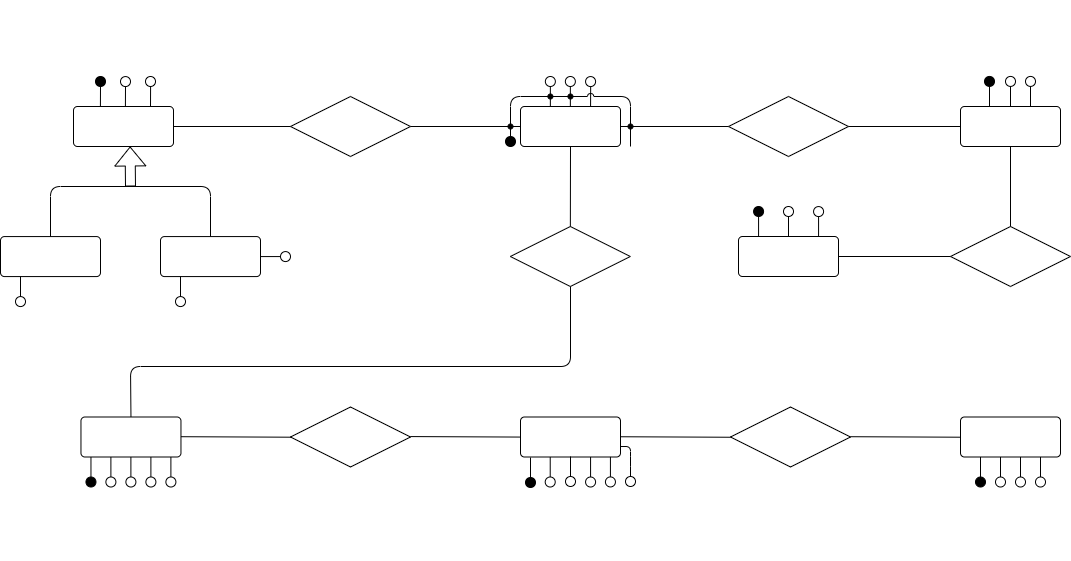
This is Conceptual_model.drawio.png from Dani-Picciau/OwlBreak, a draw.io export, as it was before one commit. Source tidied: cells renumbered, new cells last; positions are measured from the earlier drawing's top-left corner, leaving out a move shared by most shapes.
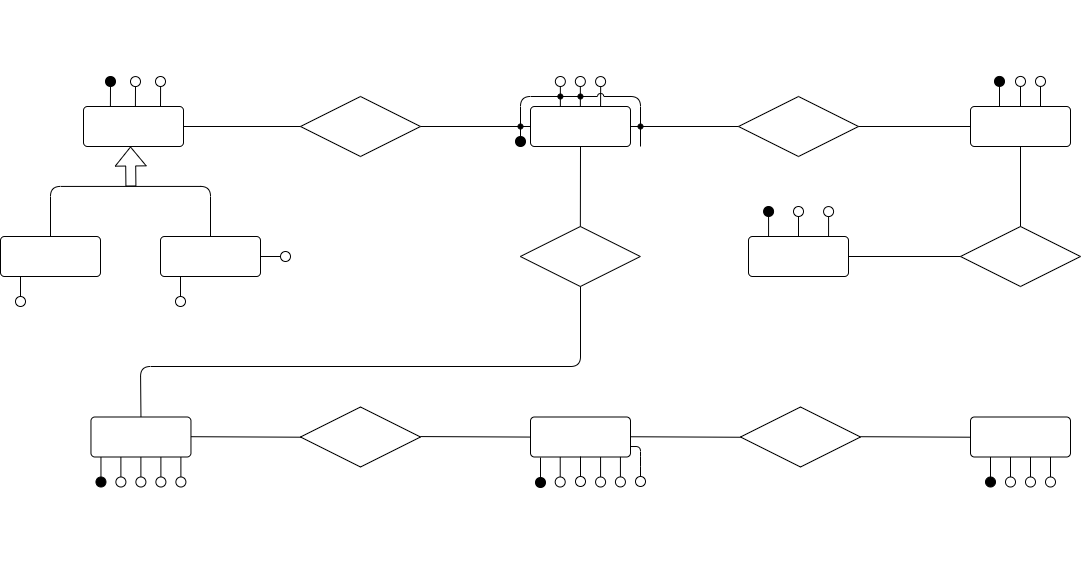
Above is the later version.

Change to the diagram source:
```diff
@@ -1,4 +1,4 @@
-<mxGraphModel background="#ffffff">
+<mxGraphModel>
   <root>
     <mxCell id="0" />
     <mxCell id="1" parent="0" />
@@ -24,25 +24,25 @@
       <mxGeometry x="296" y="66" width="120" height="60" as="geometry" />
     </mxCell>
     <mxCell id="6" value="Studente" style="rounded=1;arcSize=10;whiteSpace=wrap;html=1;align=center;strokeColor=default;fillColor=default;labelBackgroundColor=none;fontColor=#FFFFFF;" parent="1" vertex="1">
-      <mxGeometry x="6" y="206.1" width="100" height="40" as="geometry" />
+      <mxGeometry x="-4" y="206" width="100" height="40" as="geometry" />
     </mxCell>
     <mxCell id="7" value="Personale" style="rounded=1;arcSize=10;whiteSpace=wrap;html=1;align=center;strokeColor=default;fillColor=default;labelBackgroundColor=none;fontColor=#FFFFFF;" parent="1" vertex="1">
-      <mxGeometry x="166" y="206.1" width="100" height="40" as="geometry" />
+      <mxGeometry x="156" y="206" width="100" height="40" as="geometry" />
     </mxCell>
     <mxCell id="8" value="Cliente" style="rounded=1;arcSize=10;whiteSpace=wrap;html=1;align=center;labelBackgroundColor=none;strokeColor=default;fillColor=default;fontColor=#FFFFFF;" parent="1" vertex="1">
       <mxGeometry x="79" y="76" width="100" height="40" as="geometry" />
     </mxCell>
     <mxCell id="9" style="shape=flexArrow;endArrow=classic;html=1;rounded=0;labelBackgroundColor=none;fontColor=#FFFFFF;" parent="1" edge="1">
       <mxGeometry relative="1" as="geometry">
-        <mxPoint x="136" y="156" as="sourcePoint" />
-        <mxPoint x="135.6" y="116" as="targetPoint" />
+        <mxPoint x="126.4" y="156" as="sourcePoint" />
+        <mxPoint x="126" y="116" as="targetPoint" />
       </mxGeometry>
     </mxCell>
     <mxCell id="10" style="endArrow=none;html=1;entryX=0.5;entryY=0;entryDx=0;entryDy=0;rounded=1;labelBackgroundColor=none;fontColor=#FFFFFF;" parent="1" edge="1" source="6" target="7">
       <mxGeometry relative="1" as="geometry">
         <Array as="points">
-          <mxPoint x="56" y="156" />
-          <mxPoint x="216" y="156" />
+          <mxPoint x="46" y="155.9" />
+          <mxPoint x="206" y="155.9" />
         </Array>
       </mxGeometry>
     </mxCell>
@@ -162,7 +162,7 @@
       </mxGeometry>
     </mxCell>
     <mxCell id="40" style="group;rotation=-180;rounded=0;labelBackgroundColor=none;fontColor=#FFFFFF;whiteSpace=wrap;" parent="1" vertex="1">
-      <mxGeometry x="19" y="246.1" width="14.1" height="32.1" as="geometry" />
+      <mxGeometry x="9" y="246" width="14.1" height="32.1" as="geometry" />
     </mxCell>
     <mxCell id="41" style="ellipse;whiteSpace=wrap;html=1;strokeWidth=1;rotation=-405;fillColor=none;rounded=0;labelBackgroundColor=none;fontColor=#FFFFFF;" parent="40" vertex="1">
       <mxGeometry x="2" y="20" width="10" height="10" as="geometry" />
@@ -177,7 +177,7 @@
       <mxGeometry x="0.1" y="283" width="50" height="20" as="geometry" />
     </mxCell>
     <mxCell id="44" style="group;rotation=-180;rounded=0;labelBackgroundColor=none;fontColor=#FFFFFF;whiteSpace=wrap;" parent="1" vertex="1">
-      <mxGeometry x="179" y="246.1" width="14.1" height="32.1" as="geometry" />
+      <mxGeometry x="169" y="246" width="14.1" height="32.1" as="geometry" />
     </mxCell>
     <mxCell id="45" style="ellipse;whiteSpace=wrap;html=1;strokeWidth=1;rotation=-405;fillColor=none;rounded=0;labelBackgroundColor=none;fontColor=#FFFFFF;" parent="44" vertex="1">
       <mxGeometry x="2" y="20" width="10" height="10" as="geometry" />
@@ -192,7 +192,7 @@
       <mxGeometry x="165" y="281.1" width="40" height="20" as="geometry" />
     </mxCell>
     <mxCell id="48" style="group;rotation=90;rounded=0;labelBackgroundColor=none;fontColor=#FFFFFF;whiteSpace=wrap;" parent="1" vertex="1">
-      <mxGeometry x="275" y="210.1" width="14.1" height="32.1" as="geometry" />
+      <mxGeometry x="265" y="210" width="14.1" height="32.1" as="geometry" />
     </mxCell>
     <mxCell id="49" style="ellipse;whiteSpace=wrap;html=1;strokeWidth=1;rotation=-135;fillColor=none;rounded=0;labelBackgroundColor=none;fontColor=#FFFFFF;" parent="48" vertex="1">
       <mxGeometry x="11" y="11" width="10" height="10" as="geometry" />
@@ -203,7 +203,7 @@
       </mxGeometry>
     </mxCell>
     <mxCell id="51" value="luogo_consegna_default" style="text;html=1;align=center;verticalAlign=middle;strokeColor=none;fillColor=none;fontSize=9;rotation=0;rounded=0;labelBackgroundColor=none;fontColor=#FFFFFF;" parent="1" vertex="1">
-      <mxGeometry x="289.1" y="216.1" width="120" height="20" as="geometry" />
+      <mxGeometry x="279.1" y="216" width="120" height="20" as="geometry" />
     </mxCell>
     <mxCell id="52" value="data_ordine" style="text;html=1;align=center;verticalAlign=middle;strokeColor=none;fillColor=none;fontSize=9;rotation=-90;rounded=0;labelBackgroundColor=none;fontColor=#FFFFFF;" parent="1" vertex="1">
       <mxGeometry x="519.9" y="8" width="70" height="20" as="geometry" />
```
